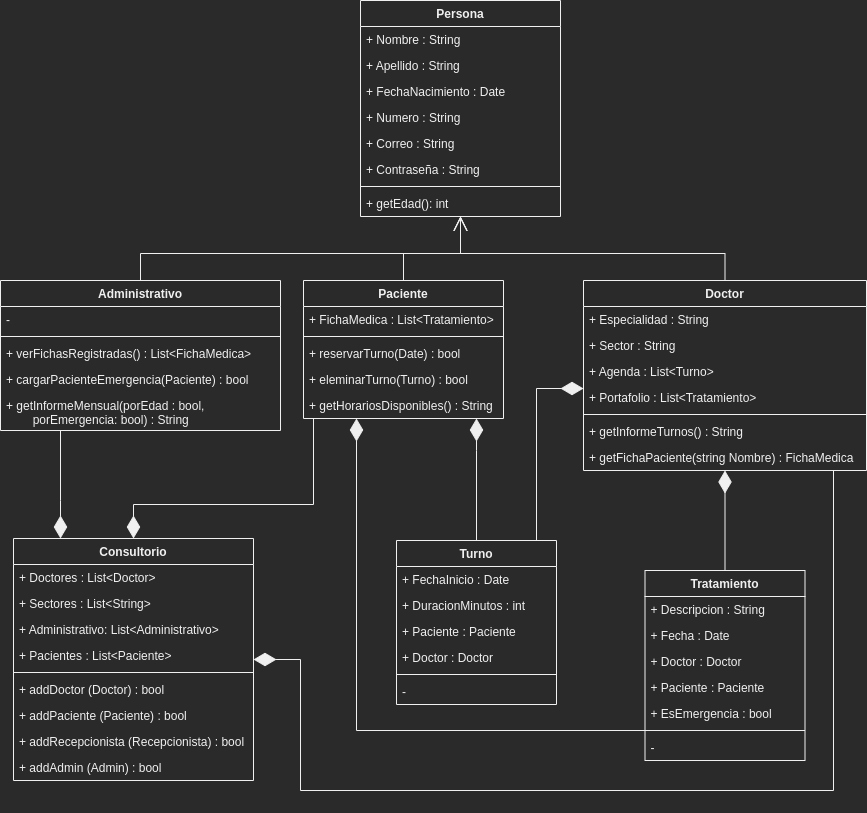
Above: DiagramaClases.png in MrGoropeza/1000Programadores-ProyectoFinal (draw.io), before the change. Source tidied: cells renumbered, new cells last; positions are measured from the earlier drawing's top-left corner, leaving out a move shared by most shapes.
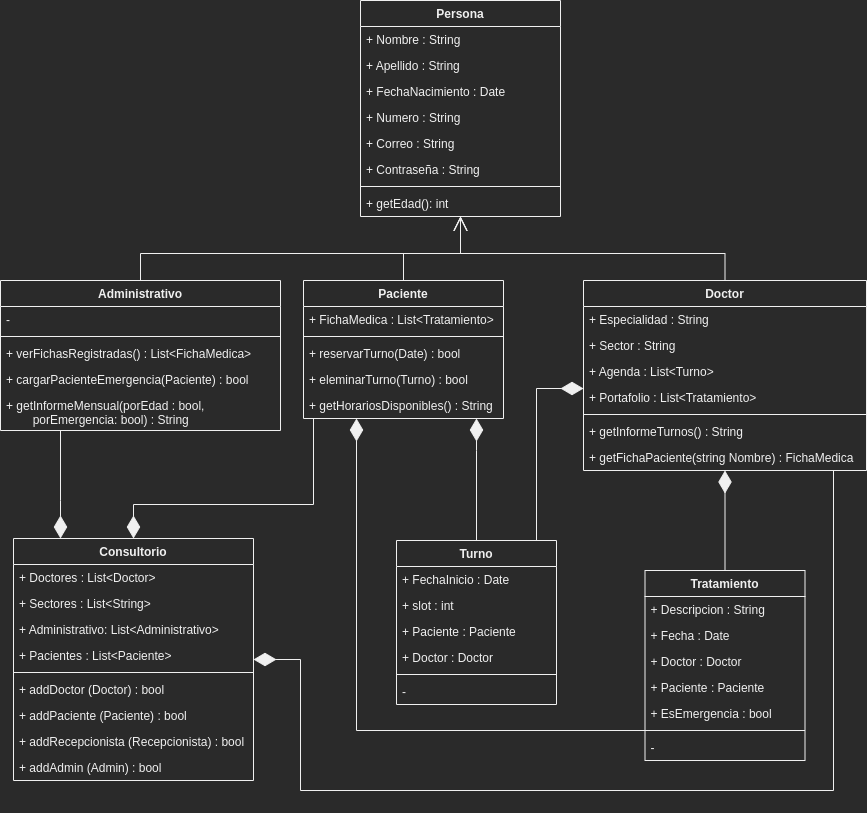
The same file after the commit.

Commit message:
Actualizados diagramas. Ahora tienen el atributo slot, el cual no tenian antes.

What changed in the source:
```diff
@@ -175,7 +175,7 @@
     <mxCell id="50" value="+ FechaInicio : Date" style="text;strokeColor=none;fillColor=none;align=left;verticalAlign=top;spacingLeft=4;spacingRight=4;overflow=hidden;" parent="49" vertex="1">
       <mxGeometry y="26" width="160" height="26" as="geometry" />
     </mxCell>
-    <mxCell id="51" value="+ DuracionMinutos : int" style="text;strokeColor=none;fillColor=none;align=left;verticalAlign=top;spacingLeft=4;spacingRight=4;overflow=hidden;" parent="49" vertex="1">
+    <mxCell id="51" value="+ slot : int" style="text;strokeColor=none;fillColor=none;align=left;verticalAlign=top;spacingLeft=4;spacingRight=4;overflow=hidden;" parent="49" vertex="1">
       <mxGeometry y="52" width="160" height="26" as="geometry" />
     </mxCell>
     <mxCell id="52" value="+ Paciente : Paciente" style="text;strokeColor=none;fillColor=none;align=left;verticalAlign=top;spacingLeft=4;spacingRight=4;overflow=hidden;" parent="49" vertex="1">
```
